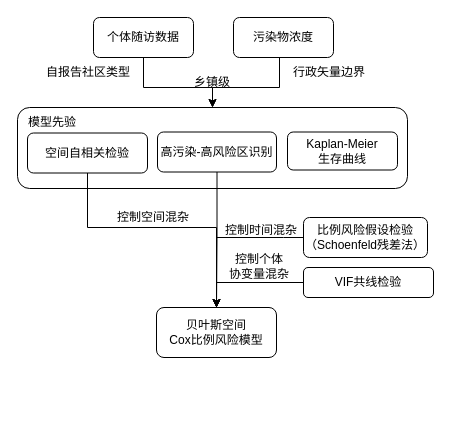
The draw.io diagram all/大论文流程图.drawio in 1059363121/iodraw-files, before the edit. Source tidied: cells renumbered, new cells numbered last; positions are measured from the earlier drawing's top-left corner, leaving out a move shared by most shapes. Both pictures are drawn from the tidied source at 100%, with x=0, y=0 at pixel (17, 17).
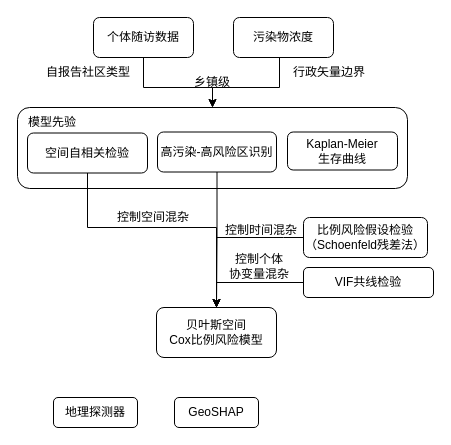
After the change.

Commit message:
更新大论文流程图.drawio

Change to the diagram source:
```diff
@@
+    <mxCell id="26" value="地理探测器" style="rounded=1;whiteSpace=wrap;html=1;" parent="1" vertex="1">
+      <mxGeometry x="36" y="380" width="84" height="30" as="geometry" />
+    </mxCell>
+    <mxCell id="27" value="GeoSHAP" style="rounded=1;whiteSpace=wrap;html=1;" parent="1" vertex="1">
+      <mxGeometry x="157" y="380" width="84" height="30" as="geometry" />
+    </mxCell>
```
